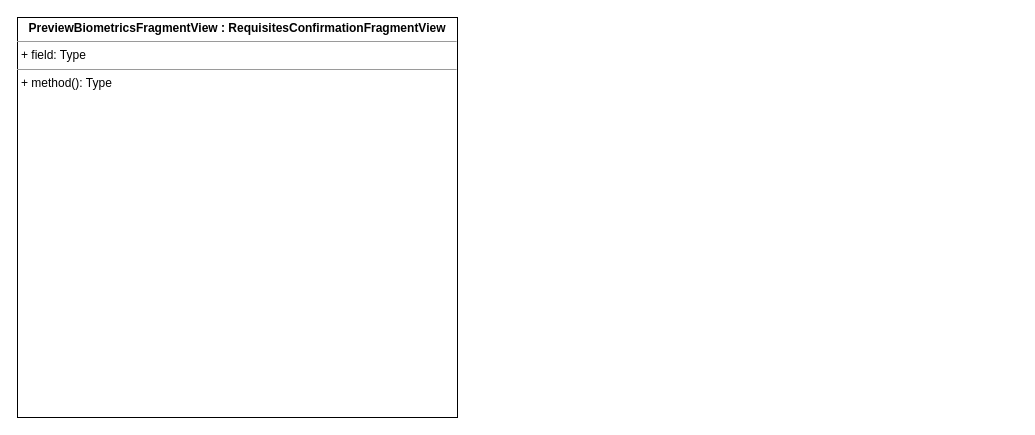
Above: UNI-15926.drawio in ShiryaevNikolay/diagrams (draw.io), before the change. Source tidied: cells renumbered, new cells numbered last; positions are measured from the earlier drawing's top-left corner, leaving out a move shared by most shapes. Both pictures are drawn from the tidied source at 100%, with x=0, y=0 at pixel (17, 17).
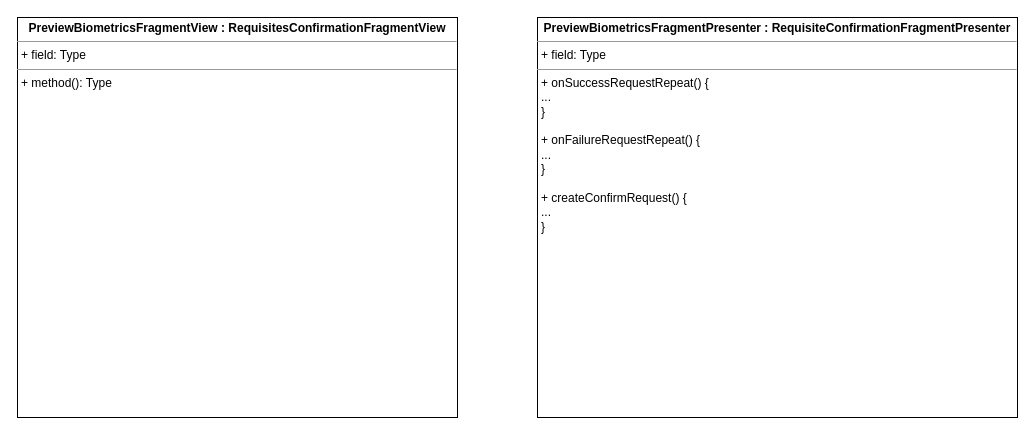
Above is the later version.

What changed in the source:
```diff
@@
 <mxGraphModel>
   <root>
     <mxCell id="0" />
     <mxCell id="1" parent="0" />
     <mxCell id="2" value="&lt;p style=&quot;margin: 0px ; margin-top: 4px ; text-align: center&quot;&gt;&lt;b&gt;PreviewBiometricsFragmentView : RequisitesConfirmationFragmentView&lt;br&gt;&lt;/b&gt;&lt;/p&gt;&lt;hr size=&quot;1&quot;&gt;&lt;p style=&quot;margin: 0px ; margin-left: 4px&quot;&gt;+ field: Type&lt;/p&gt;&lt;hr size=&quot;1&quot;&gt;&lt;p style=&quot;margin: 0px ; margin-left: 4px&quot;&gt;+ method(): Type&lt;/p&gt;" style="verticalAlign=top;align=left;overflow=fill;fontSize=12;fontFamily=Helvetica;html=1;" parent="1" vertex="1">
       <mxGeometry width="440" height="400" as="geometry" />
     </mxCell>
+    <mxCell id="3" value="&lt;p style=&quot;margin: 0px ; margin-top: 4px ; text-align: center&quot;&gt;&lt;b&gt;PreviewBiometricsFragmentPresenter : RequisiteConfirmationFragmentPresenter&lt;br&gt;&lt;/b&gt;&lt;/p&gt;&lt;hr size=&quot;1&quot;&gt;&lt;p style=&quot;margin: 0px ; margin-left: 4px&quot;&gt;+ field: Type&lt;/p&gt;&lt;hr size=&quot;1&quot;&gt;&lt;p style=&quot;margin: 0px ; margin-left: 4px&quot;&gt;+ onSuccessRequestRepeat() {&lt;/p&gt;&lt;p style=&quot;margin: 0px ; margin-left: 4px&quot;&gt;...&lt;br&gt;&lt;/p&gt;&lt;p style=&quot;margin: 0px ; margin-left: 4px&quot;&gt;}&lt;/p&gt;&lt;p style=&quot;margin: 0px ; margin-left: 4px&quot;&gt;&lt;br&gt;&lt;/p&gt;&lt;p style=&quot;margin: 0px ; margin-left: 4px&quot;&gt;+ onFailureRequestRepeat() {&lt;/p&gt;&lt;p style=&quot;margin: 0px ; margin-left: 4px&quot;&gt;...&lt;br&gt;&lt;/p&gt;&lt;p style=&quot;margin: 0px ; margin-left: 4px&quot;&gt;}&lt;/p&gt;&lt;p style=&quot;margin: 0px ; margin-left: 4px&quot;&gt;&lt;br&gt;&lt;/p&gt;&lt;p style=&quot;margin: 0px ; margin-left: 4px&quot;&gt;+ createConfirmRequest() {&lt;/p&gt;&lt;p style=&quot;margin: 0px ; margin-left: 4px&quot;&gt;...&lt;br&gt;&lt;/p&gt;&lt;p style=&quot;margin: 0px ; margin-left: 4px&quot;&gt;}&lt;br&gt;&lt;/p&gt;" style="verticalAlign=top;align=left;overflow=fill;fontSize=12;fontFamily=Helvetica;html=1;" parent="1" vertex="1">
+      <mxGeometry x="520" width="480" height="400" as="geometry" />
+    </mxCell>
   </root>
 </mxGraphModel>
```
